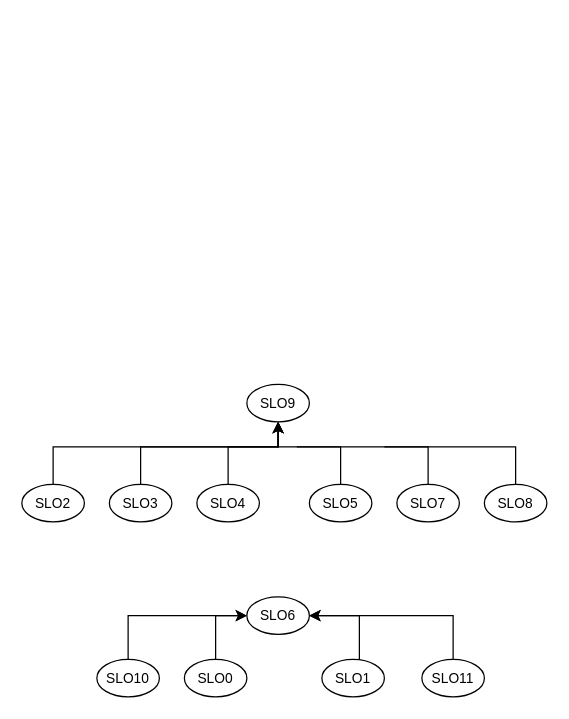
This is Documentazione generale/Change Request CodeSmell/Grafici Impact Analysis/Grafo di connettività 2.drawio from AntonioTrovato/Evoluzione-cASpER, a draw.io file, before an edit. Source tidied: cells renumbered, new cells numbered last; positions are measured from the earlier drawing's top-left corner, leaving out a move shared by most shapes. Both pictures are drawn from the tidied source at 125%, with x=0, y=0 at pixel (21, 384).
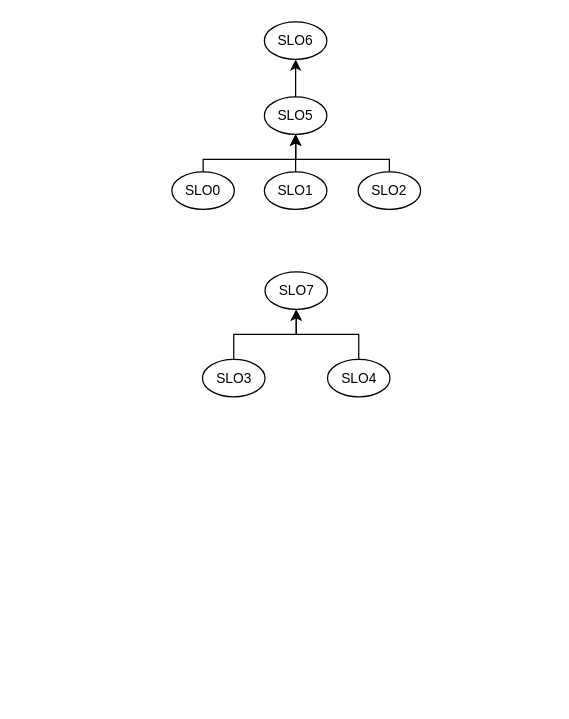
After the change.

The edit, as a diff of the source:
```diff
@@
-    <mxCell id="2" style="edgeStyle=orthogonalEdgeStyle;rounded=0;jettySize=auto;html=1;entryX=0;entryY=0.5;entryDx=0;entryDy=0;" parent="1" edge="1" source="3" target="6">
-      <mxGeometry relative="1" as="geometry" />
-    </mxCell>
     <mxCell id="3" value="SLO0" style="ellipse;whiteSpace=wrap;html=1;fontSize=11;" parent="1" vertex="1">
-      <mxGeometry x="130" y="220" width="50" height="30" as="geometry" />
+      <mxGeometry x="120" y="-170" width="50" height="30" as="geometry" />
     </mxCell>
-    <mxCell id="4" style="edgeStyle=orthogonalEdgeStyle;rounded=0;jettySize=auto;html=1;entryX=1;entryY=0.5;entryDx=0;entryDy=0;" parent="1" edge="1" source="5" target="6">
-      <mxGeometry relative="1" as="geometry">
-        <Array as="points">
-          <mxPoint x="270" y="185" />
-        </Array>
-      </mxGeometry>
-    </mxCell>
+    <mxCell id="24" style="edgeStyle=orthogonalEdgeStyle;rounded=0;jettySize=auto;html=1;entryX=0.5;entryY=1;entryDx=0;entryDy=0;" parent="1" edge="1" source="5" target="12">
+      <mxGeometry relative="1" as="geometry" />
+    </mxCell>
     <mxCell id="5" value="SLO1" style="ellipse;whiteSpace=wrap;html=1;fontSize=11;" parent="1" vertex="1">
-      <mxGeometry x="240" y="220" width="50" height="30" as="geometry" />
+      <mxGeometry x="194" y="-170" width="50" height="30" as="geometry" />
     </mxCell>
+    <mxCell id="25" style="edgeStyle=orthogonalEdgeStyle;rounded=0;jettySize=auto;html=1;entryX=0.5;entryY=1;entryDx=0;entryDy=0;" parent="1" edge="1" source="23" target="12">
+      <mxGeometry relative="1" as="geometry">
+        <Array as="points">
+          <mxPoint x="294" y="-180" />
+          <mxPoint x="219" y="-180" />
+        </Array>
+      </mxGeometry>
+    </mxCell>
+    <mxCell id="23" value="SLO2" style="ellipse;whiteSpace=wrap;html=1;fontSize=11;" parent="1" vertex="1">
+      <mxGeometry x="269" y="-170" width="50" height="30" as="geometry" />
+    </mxCell>
+    <mxCell id="26" style="edgeStyle=orthogonalEdgeStyle;rounded=0;jettySize=auto;html=1;entryX=0.5;entryY=1;entryDx=0;entryDy=0;" parent="1" edge="1" source="14" target="15">
+      <mxGeometry relative="1" as="geometry" />
+    </mxCell>
+    <mxCell id="14" value="SLO3" style="ellipse;whiteSpace=wrap;html=1;fontSize=11;" parent="1" vertex="1">
+      <mxGeometry x="144.5" y="-20" width="50" height="30" as="geometry" />
+    </mxCell>
+    <mxCell id="27" style="edgeStyle=orthogonalEdgeStyle;rounded=0;jettySize=auto;html=1;entryX=0.5;entryY=1;entryDx=0;entryDy=0;" parent="1" edge="1" source="10" target="15">
+      <mxGeometry relative="1" as="geometry" />
+    </mxCell>
+    <mxCell id="10" value="SLO4" style="ellipse;whiteSpace=wrap;html=1;fontSize=11;" parent="1" vertex="1">
+      <mxGeometry x="244.5" y="-20" width="50" height="30" as="geometry" />
+    </mxCell>
+    <mxCell id="28" style="edgeStyle=orthogonalEdgeStyle;rounded=0;jettySize=auto;html=1;entryX=0.5;entryY=1;entryDx=0;entryDy=0;" parent="1" edge="1" source="12" target="6">
+      <mxGeometry relative="1" as="geometry" />
+    </mxCell>
+    <mxCell id="12" value="SLO5" style="ellipse;whiteSpace=wrap;html=1;fontSize=11;" parent="1" vertex="1">
+      <mxGeometry x="194" y="-230" width="50" height="30" as="geometry" />
+    </mxCell>
     <mxCell id="6" value="SLO6" style="ellipse;whiteSpace=wrap;html=1;fontSize=11;" parent="1" vertex="1">
-      <mxGeometry x="180" y="170" width="50" height="30" as="geometry" />
+      <mxGeometry x="194" y="-290" width="50" height="30" as="geometry" />
     </mxCell>
-    <mxCell id="7" style="edgeStyle=orthogonalEdgeStyle;rounded=0;jettySize=auto;html=1;entryX=0.5;entryY=1;entryDx=0;entryDy=0;" parent="1" edge="1" source="8" target="17">
-      <mxGeometry relative="1" as="geometry">
-        <Array as="points">
-          <mxPoint x="25" y="50" />
-          <mxPoint x="205" y="50" />
-        </Array>
-      </mxGeometry>
-    </mxCell>
-    <mxCell id="8" value="SLO2" style="ellipse;whiteSpace=wrap;html=1;fontSize=11;" parent="1" vertex="1">
-      <mxGeometry y="80" width="50" height="30" as="geometry" />
-    </mxCell>
-    <mxCell id="9" style="edgeStyle=orthogonalEdgeStyle;rounded=0;jettySize=auto;html=1;entryX=0.5;entryY=1;entryDx=0;entryDy=0;" parent="1" edge="1" source="10" target="17">
-      <mxGeometry relative="1" as="geometry">
-        <Array as="points">
-          <mxPoint x="165" y="50" />
-          <mxPoint x="205" y="50" />
-        </Array>
-      </mxGeometry>
-    </mxCell>
-    <mxCell id="10" value="SLO4" style="ellipse;whiteSpace=wrap;html=1;fontSize=11;" parent="1" vertex="1">
-      <mxGeometry x="140" y="80" width="50" height="30" as="geometry" />
-    </mxCell>
-    <mxCell id="11" style="edgeStyle=orthogonalEdgeStyle;rounded=0;jettySize=auto;html=1;entryX=0.5;entryY=1;entryDx=0;entryDy=0;" parent="1" edge="1" source="12" target="17">
-      <mxGeometry relative="1" as="geometry">
-        <Array as="points">
-          <mxPoint x="255" y="50" />
-          <mxPoint x="205" y="50" />
-        </Array>
-      </mxGeometry>
-    </mxCell>
-    <mxCell id="12" value="SLO5" style="ellipse;whiteSpace=wrap;html=1;fontSize=11;" parent="1" vertex="1">
-      <mxGeometry x="230" y="80" width="50" height="30" as="geometry" />
-    </mxCell>
-    <mxCell id="13" style="edgeStyle=orthogonalEdgeStyle;rounded=0;jettySize=auto;html=1;" parent="1" edge="1" source="14" target="17">
-      <mxGeometry relative="1" as="geometry">
-        <Array as="points">
-          <mxPoint x="95" y="50" />
-          <mxPoint x="205" y="50" />
-        </Array>
-      </mxGeometry>
-    </mxCell>
-    <mxCell id="14" value="SLO3" style="ellipse;whiteSpace=wrap;html=1;fontSize=11;" parent="1" vertex="1">
-      <mxGeometry x="70" y="80" width="50" height="30" as="geometry" />
-    </mxCell>
     <mxCell id="15" value="SLO7" style="ellipse;whiteSpace=wrap;html=1;fontSize=11;" parent="1" vertex="1">
-      <mxGeometry x="300" y="80" width="50" height="30" as="geometry" />
+      <mxGeometry x="194.5" y="-90" width="50" height="30" as="geometry" />
     </mxCell>
-    <mxCell id="16" value="SLO8" style="ellipse;whiteSpace=wrap;html=1;fontSize=11;" parent="1" vertex="1">
-      <mxGeometry x="370" y="80" width="50" height="30" as="geometry" />
-    </mxCell>
-    <mxCell id="17" value="SLO9" style="ellipse;whiteSpace=wrap;html=1;fontSize=11;" parent="1" vertex="1">
-      <mxGeometry x="180" width="50" height="30" as="geometry" />
-    </mxCell>
-    <mxCell id="18" style="endArrow=none;html=1;rounded=0;exitX=0.5;exitY=0;exitDx=0;exitDy=0;" parent="1" edge="1" source="15">
-      <mxGeometry relative="1" as="geometry">
-        <mxPoint x="220" y="50" as="targetPoint" />
-        <Array as="points">
-          <mxPoint x="325" y="50" />
-        </Array>
-      </mxGeometry>
-    </mxCell>
-    <mxCell id="19" style="endArrow=none;html=1;rounded=0;exitX=0.5;exitY=0;exitDx=0;exitDy=0;" parent="1" edge="1">
-      <mxGeometry relative="1" as="geometry">
-        <mxPoint x="395" y="80" as="sourcePoint" />
-        <mxPoint x="290" y="50" as="targetPoint" />
-        <Array as="points">
-          <mxPoint x="395" y="50" />
-        </Array>
-      </mxGeometry>
-    </mxCell>
-    <mxCell id="20" style="edgeStyle=orthogonalEdgeStyle;rounded=0;jettySize=auto;html=1;entryX=0;entryY=0.5;entryDx=0;entryDy=0;" parent="1" edge="1" source="21" target="6">
-      <mxGeometry relative="1" as="geometry">
-        <Array as="points">
-          <mxPoint x="85" y="185" />
-        </Array>
-      </mxGeometry>
-    </mxCell>
-    <mxCell id="21" value="SLO10" style="ellipse;whiteSpace=wrap;html=1;fontSize=11;" parent="1" vertex="1">
-      <mxGeometry x="60" y="220" width="50" height="30" as="geometry" />
-    </mxCell>
-    <mxCell id="22" style="edgeStyle=orthogonalEdgeStyle;rounded=0;jettySize=auto;html=1;entryX=1;entryY=0.5;entryDx=0;entryDy=0;" parent="1" edge="1" source="23" target="6">
-      <mxGeometry relative="1" as="geometry">
-        <Array as="points">
-          <mxPoint x="345" y="185" />
-        </Array>
-      </mxGeometry>
-    </mxCell>
-    <mxCell id="23" value="SLO11" style="ellipse;whiteSpace=wrap;html=1;fontSize=11;" parent="1" vertex="1">
-      <mxGeometry x="320" y="220" width="50" height="30" as="geometry" />
-    </mxCell>
+    <mxCell id="29" style="endArrow=classic;html=1;rounded=0;exitX=0.5;exitY=0;exitDx=0;exitDy=0;entryX=0.5;entryY=1;entryDx=0;entryDy=0;" parent="1" edge="1" source="3" target="12">
+      <mxGeometry relative="1" as="geometry">
+        <Array as="points">
+          <mxPoint x="145" y="-180" />
+          <mxPoint x="219" y="-180" />
+        </Array>
+      </mxGeometry>
+    </mxCell>
```
